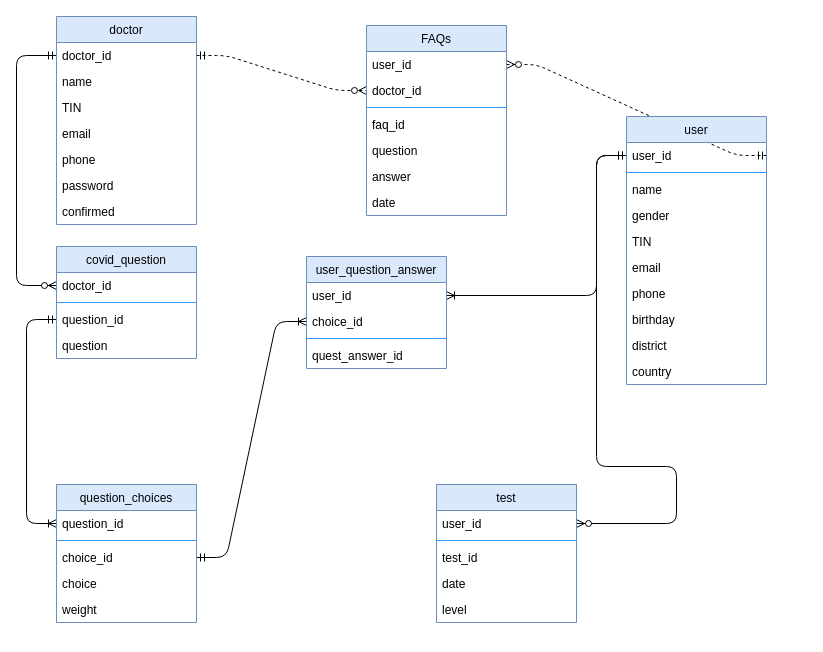
Before: page "ER" (1 of 2) of documentation/Project.drawio in agostinhoramos/Testing_COVID_19, a draw.io diagram. Source tidied: cells renumbered, new cells numbered last; positions are measured from the earlier drawing's top-left corner, leaving out a move shared by most shapes. Both pictures are drawn from the tidied source at 100%, with x=0, y=0 at pixel (16, 16).
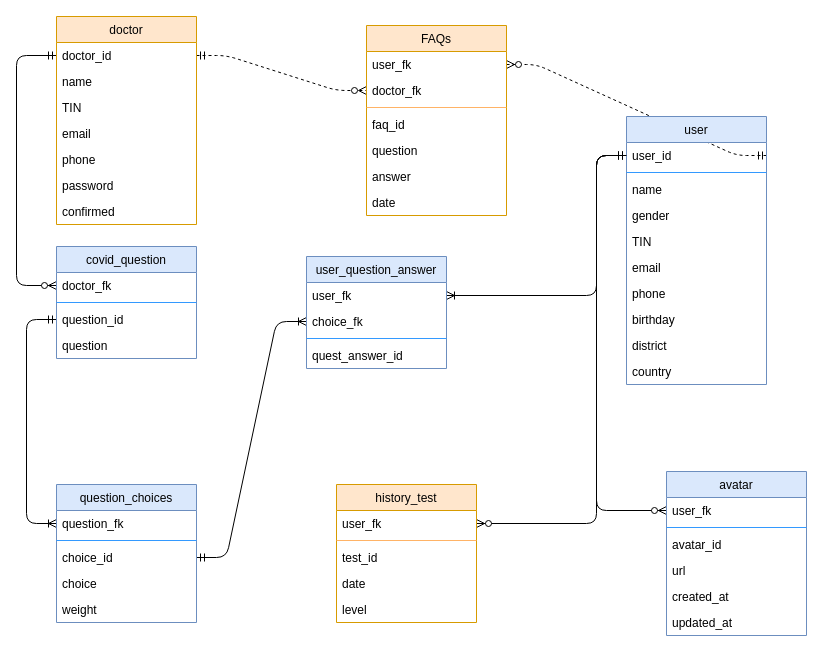
The same page after the edit.

Commit message (it also covers changes not shown here):
Change name of pagerAdapter ( Doctor )

The change refers to these unchanged cells:
```xml
<mxCell id="17" value="question_choices" style="swimlane;fontStyle=0;horizontal=1;startSize=26;fillColor=#dae8fc;strokeColor=#6c8ebf;" parent="1" vertex="1">
  <mxGeometry x="40" y="468" width="140" height="138" as="geometry" />
</mxCell>
<mxCell id="32" value="user_id" style="text;strokeColor=none;fillColor=none;align=left;verticalAlign=top;spacingLeft=4;spacingRight=4;overflow=hidden;points=[[0,0.5],[1,0.5]];portConstraint=eastwest;" parent="31" vertex="1">
  <mxGeometry y="26" width="140" height="26" as="geometry" />
</mxCell>
<mxCell id="42" value="user_question_answer" style="swimlane;fontStyle=0;horizontal=1;startSize=26;fillColor=#dae8fc;strokeColor=#6c8ebf;" parent="1" vertex="1">
  <mxGeometry x="290" y="240" width="140" height="112" as="geometry" />
</mxCell>
<mxCell id="47" value="covid_question" style="swimlane;fontStyle=0;horizontal=1;startSize=26;fillColor=#dae8fc;strokeColor=#6c8ebf;" parent="1" vertex="1">
  <mxGeometry x="40" y="230" width="140" height="112" as="geometry" />
</mxCell>
```

The edit, as a diff of the source:
```diff
@@
     <mxCell id="2" style="edgeStyle=orthogonalEdgeStyle;fontSize=12;html=1;endArrow=ERmandOne;startArrow=ERzeroToMany;startFill=1;endFill=0;exitX=1;exitY=0.5;exitDx=0;exitDy=0;entryX=0;entryY=0.5;entryDx=0;entryDy=0;" parent="1" edge="1" source="53" target="32">
       <mxGeometry relative="1" as="geometry">
         <Array as="points">
-          <mxPoint x="660" y="507" />
-          <mxPoint x="660" y="450" />
-          <mxPoint x="580" y="450" />
+          <mxPoint x="580" y="507" />
           <mxPoint x="580" y="139" />
         </Array>
       </mxGeometry>
     </mxCell>
@@
-    <mxCell id="9" value="FAQs" style="swimlane;fontStyle=0;horizontal=1;startSize=26;fillColor=#dae8fc;strokeColor=#6c8ebf;" parent="1" vertex="1">
+    <mxCell id="9" value="FAQs" style="swimlane;fontStyle=0;horizontal=1;startSize=26;fillColor=#ffe6cc;strokeColor=#d79b00;" parent="1" vertex="1">
       <mxGeometry x="350" y="9" width="140" height="190" as="geometry" />
     </mxCell>
-    <mxCell id="10" value="user_id" style="text;strokeColor=none;fillColor=none;align=left;verticalAlign=top;spacingLeft=4;spacingRight=4;overflow=hidden;points=[[0,0.5],[1,0.5]];portConstraint=eastwest;" parent="9" vertex="1">
+    <mxCell id="10" value="user_fk" style="text;strokeColor=none;fillColor=none;align=left;verticalAlign=top;spacingLeft=4;spacingRight=4;overflow=hidden;points=[[0,0.5],[1,0.5]];portConstraint=eastwest;" parent="9" vertex="1">
       <mxGeometry y="26" width="140" height="26" as="geometry" />
     </mxCell>
-    <mxCell id="11" value="doctor_id" style="text;strokeColor=none;fillColor=none;align=left;verticalAlign=top;spacingLeft=4;spacingRight=4;overflow=hidden;points=[[0,0.5],[1,0.5]];portConstraint=eastwest;" parent="9" vertex="1">
+    <mxCell id="11" value="doctor_fk" style="text;strokeColor=none;fillColor=none;align=left;verticalAlign=top;spacingLeft=4;spacingRight=4;overflow=hidden;points=[[0,0.5],[1,0.5]];portConstraint=eastwest;" parent="9" vertex="1">
       <mxGeometry y="52" width="140" height="26" as="geometry" />
     </mxCell>
-    <mxCell id="12" style="line;strokeWidth=1;fillColor=none;align=left;verticalAlign=middle;spacingTop=-1;spacingLeft=3;spacingRight=3;labelPosition=right;fontSize=12;strokeColor=#3399FF;" parent="9" vertex="1">
+    <mxCell id="12" style="line;strokeWidth=1;fillColor=none;align=left;verticalAlign=middle;spacingTop=-1;spacingLeft=3;spacingRight=3;labelPosition=right;fontSize=12;strokeColor=#FFB366;" parent="9" vertex="1">
       <mxGeometry y="78" width="140" height="8" as="geometry" />
     </mxCell>
@@
-    <mxCell id="18" value="question_id" style="text;strokeColor=none;fillColor=none;align=left;verticalAlign=top;spacingLeft=4;spacingRight=4;overflow=hidden;points=[[0,0.5],[1,0.5]];portConstraint=eastwest;" parent="17" vertex="1">
+    <mxCell id="18" value="question_fk" style="text;strokeColor=none;fillColor=none;align=left;verticalAlign=top;spacingLeft=4;spacingRight=4;overflow=hidden;points=[[0,0.5],[1,0.5]];portConstraint=eastwest;" parent="17" vertex="1">
       <mxGeometry y="26" width="140" height="26" as="geometry" />
     </mxCell>
@@
-    <mxCell id="23" value="doctor" style="swimlane;fontStyle=0;horizontal=1;startSize=26;fillColor=#dae8fc;strokeColor=#6c8ebf;" parent="1" vertex="1">
+    <mxCell id="23" value="doctor" style="swimlane;fontStyle=0;horizontal=1;startSize=26;fillColor=#ffe6cc;strokeColor=#d79b00;" parent="1" vertex="1">
       <mxGeometry x="40" width="140" height="208" as="geometry" />
     </mxCell>
@@
-    <mxCell id="43" value="user_id" style="text;strokeColor=none;fillColor=none;align=left;verticalAlign=top;spacingLeft=4;spacingRight=4;overflow=hidden;points=[[0,0.5],[1,0.5]];portConstraint=eastwest;" parent="42" vertex="1">
+    <mxCell id="43" value="user_fk" style="text;strokeColor=none;fillColor=none;align=left;verticalAlign=top;spacingLeft=4;spacingRight=4;overflow=hidden;points=[[0,0.5],[1,0.5]];portConstraint=eastwest;" parent="42" vertex="1">
       <mxGeometry y="26" width="140" height="26" as="geometry" />
     </mxCell>
-    <mxCell id="44" value="choice_id" style="text;strokeColor=none;fillColor=none;align=left;verticalAlign=top;spacingLeft=4;spacingRight=4;overflow=hidden;points=[[0,0.5],[1,0.5]];portConstraint=eastwest;" parent="42" vertex="1">
+    <mxCell id="44" value="choice_fk" style="text;strokeColor=none;fillColor=none;align=left;verticalAlign=top;spacingLeft=4;spacingRight=4;overflow=hidden;points=[[0,0.5],[1,0.5]];portConstraint=eastwest;" parent="42" vertex="1">
       <mxGeometry y="52" width="140" height="26" as="geometry" />
     </mxCell>
@@
-    <mxCell id="48" value="doctor_id" style="text;strokeColor=none;fillColor=none;align=left;verticalAlign=top;spacingLeft=4;spacingRight=4;overflow=hidden;points=[[0,0.5],[1,0.5]];portConstraint=eastwest;" parent="47" vertex="1">
+    <mxCell id="48" value="doctor_fk" style="text;strokeColor=none;fillColor=none;align=left;verticalAlign=top;spacingLeft=4;spacingRight=4;overflow=hidden;points=[[0,0.5],[1,0.5]];portConstraint=eastwest;" parent="47" vertex="1">
       <mxGeometry y="26" width="140" height="26" as="geometry" />
     </mxCell>
@@
+    <mxCell id="58" style="edgeStyle=orthogonalEdgeStyle;fontSize=12;html=1;endArrow=ERmandOne;startArrow=ERzeroToMany;startFill=1;endFill=0;exitX=0;exitY=0.5;exitDx=0;exitDy=0;entryX=0;entryY=0.5;entryDx=0;entryDy=0;" parent="1" edge="1" source="60" target="32">
+      <mxGeometry relative="1" as="geometry">
+        <Array as="points">
+          <mxPoint x="580" y="494" />
+          <mxPoint x="580" y="139" />
+        </Array>
+      </mxGeometry>
+    </mxCell>
+    <mxCell id="59" value="avatar" style="swimlane;fontStyle=0;horizontal=1;startSize=26;fillColor=#dae8fc;strokeColor=#6c8ebf;" parent="1" vertex="1">
+      <mxGeometry x="650" y="455" width="140" height="164" as="geometry" />
+    </mxCell>
+    <mxCell id="60" value="user_fk" style="text;strokeColor=none;fillColor=none;align=left;verticalAlign=top;spacingLeft=4;spacingRight=4;overflow=hidden;points=[[0,0.5],[1,0.5]];portConstraint=eastwest;" parent="59" vertex="1">
+      <mxGeometry y="26" width="140" height="26" as="geometry" />
+    </mxCell>
+    <mxCell id="61" style="line;strokeWidth=1;fillColor=none;align=left;verticalAlign=middle;spacingTop=-1;spacingLeft=3;spacingRight=3;labelPosition=right;fontSize=12;strokeColor=#3399FF;" parent="59" vertex="1">
+      <mxGeometry y="52" width="140" height="8" as="geometry" />
+    </mxCell>
+    <mxCell id="62" value="avatar_id" style="text;strokeColor=none;fillColor=none;align=left;verticalAlign=top;spacingLeft=4;spacingRight=4;overflow=hidden;" parent="59" vertex="1">
+      <mxGeometry y="60" width="140" height="26" as="geometry" />
+    </mxCell>
+    <mxCell id="63" value="url" style="text;strokeColor=none;fillColor=none;align=left;verticalAlign=top;spacingLeft=4;spacingRight=4;overflow=hidden;" parent="59" vertex="1">
+      <mxGeometry y="86" width="140" height="26" as="geometry" />
+    </mxCell>
+    <mxCell id="64" value="created_at" style="text;strokeColor=none;fillColor=none;align=left;verticalAlign=top;spacingLeft=4;spacingRight=4;overflow=hidden;" parent="59" vertex="1">
+      <mxGeometry y="112" width="140" height="26" as="geometry" />
+    </mxCell>
+    <mxCell id="65" value="updated_at" style="text;strokeColor=none;fillColor=none;align=left;verticalAlign=top;spacingLeft=4;spacingRight=4;overflow=hidden;" parent="59" vertex="1">
+      <mxGeometry y="138" width="140" height="26" as="geometry" />
+    </mxCell>
-    <mxCell id="52" value="test" style="swimlane;fontStyle=0;horizontal=1;startSize=26;fillColor=#dae8fc;strokeColor=#6c8ebf;" parent="1" vertex="1">
-      <mxGeometry x="420" y="468" width="140" height="138" as="geometry" />
+    <mxCell id="52" value="history_test" style="swimlane;fontStyle=0;horizontal=1;startSize=26;fillColor=#ffe6cc;strokeColor=#d79b00;" parent="1" vertex="1">
+      <mxGeometry x="320" y="468" width="140" height="138" as="geometry" />
     </mxCell>
-    <mxCell id="53" value="user_id" style="text;strokeColor=none;fillColor=none;align=left;verticalAlign=top;spacingLeft=4;spacingRight=4;overflow=hidden;points=[[0,0.5],[1,0.5]];portConstraint=eastwest;" parent="52" vertex="1">
+    <mxCell id="53" value="user_fk" style="text;strokeColor=none;fillColor=none;align=left;verticalAlign=top;spacingLeft=4;spacingRight=4;overflow=hidden;points=[[0,0.5],[1,0.5]];portConstraint=eastwest;" parent="52" vertex="1">
       <mxGeometry y="26" width="140" height="26" as="geometry" />
     </mxCell>
-    <mxCell id="54" style="line;strokeWidth=1;fillColor=none;align=left;verticalAlign=middle;spacingTop=-1;spacingLeft=3;spacingRight=3;labelPosition=right;fontSize=12;strokeColor=#3399FF;" parent="52" vertex="1">
+    <mxCell id="54" style="line;strokeWidth=1;fillColor=none;align=left;verticalAlign=middle;spacingTop=-1;spacingLeft=3;spacingRight=3;labelPosition=right;fontSize=12;strokeColor=#FFB366;" parent="52" vertex="1">
       <mxGeometry y="52" width="140" height="8" as="geometry" />
     </mxCell>
```
